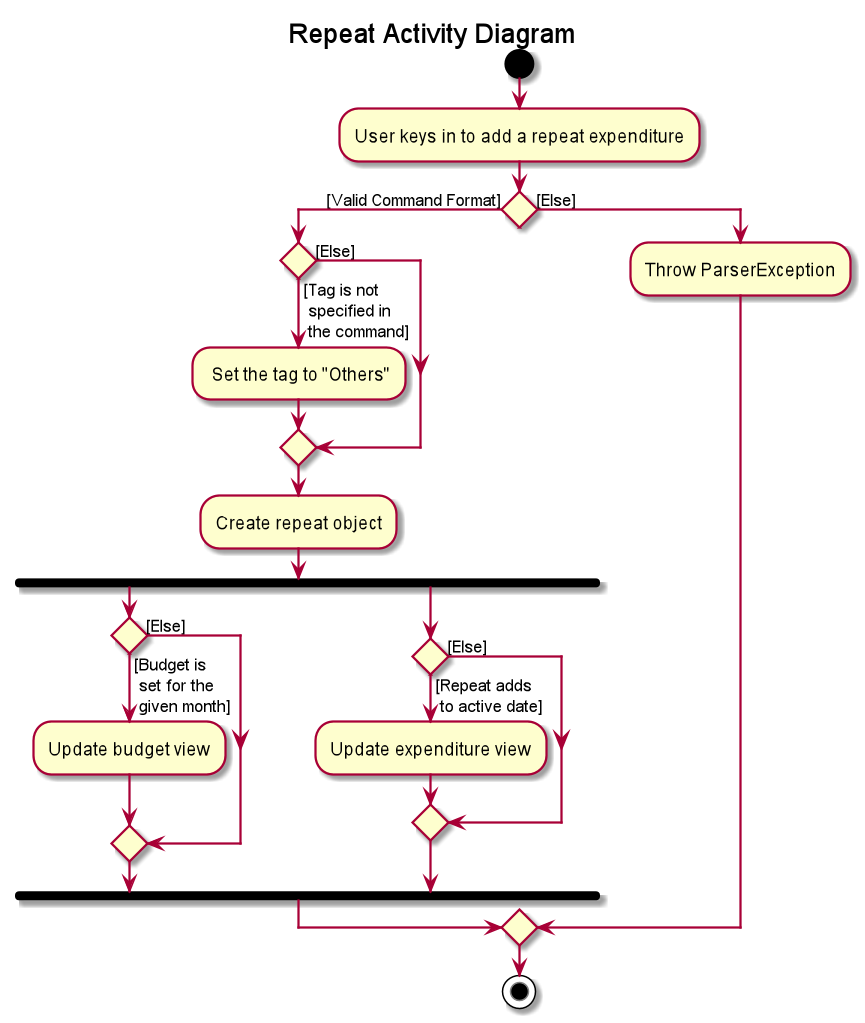
AY1920S2-CS2103T-T10-3/main keeps this PlantUML diagram as images/repeatActivityDiagram.png. Above is the earlier version. Its diagram source:
```plantuml
@startuml
title Repeat Activity Diagram
start
:User keys in to add a repeat expenditure;
if () then ([Valid Command Format])
    if () then ([Tag is not\n specified in\n the command]\n)
        : Set the tag to "Others";
    else ([Else])
    endif
    :Create repeat object;
        fork
        if () then ([Budget is\n set for the\n given month]\n)
            :Update budget view;
        else ([Else])
        endif
        fork again
        if () then ([Repeat adds\n to active date])
            :Update expenditure view;
        else ([Else])
        endif
        end fork
else ([Else])
    :Throw ParserException;
endif
stop
@enduml
```
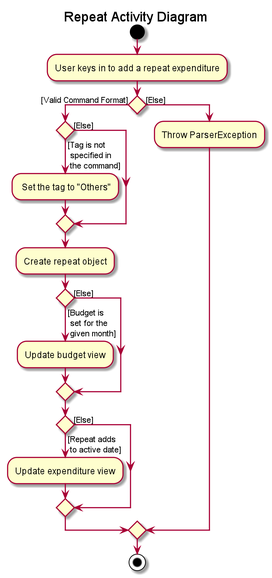
The same file after the commit.

Diff of the diagram source:
```diff
@@ -8,17 +8,17 @@
     else ([Else])
     endif
     :Create repeat object;
-        fork
-        if () then ([Budget is\n set for the\n given month]\n)
-            :Update budget view;
-        else ([Else])
-        endif
-        fork again
-        if () then ([Repeat adds\n to active date])
-            :Update expenditure view;
-        else ([Else])
-        endif
-        end fork
+
+    if () then ([Budget is\n set for the\n given month]\n)
+       :Update budget view;
+    else ([Else])
+    endif
+
+
+    if () then ([Repeat adds\n to active date])
+        :Update expenditure view;
+    else ([Else])
+    endif
 else ([Else])
     :Throw ParserException;
 endif
```
